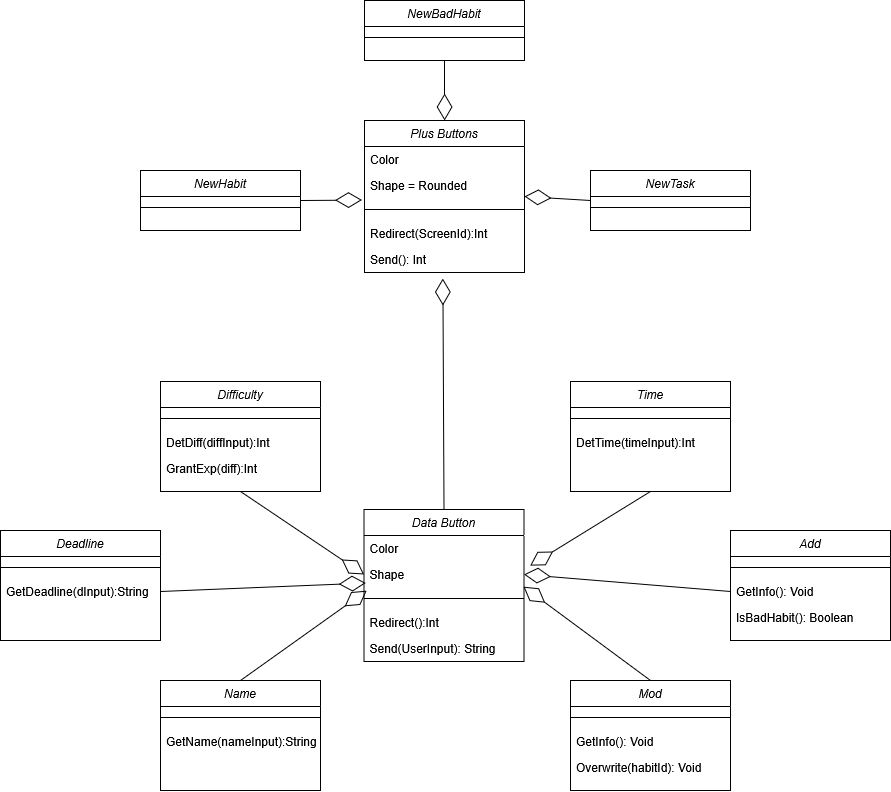
This is Diagrams/Class_Buttons.drawio.png from Fabiancipher/Habitra, a draw.io export, as it was before one commit. Source tidied: cells renumbered, new cells last; positions are measured from the earlier drawing's top-left corner, leaving out a move shared by most shapes. Source of this version:
```xml
<mxGraphModel>
  <root>
    <mxCell id="0" />
    <mxCell id="1" parent="0" />
    <mxCell id="2" value="Plus Buttons" style="swimlane;fontStyle=2;align=center;verticalAlign=top;horizontal=1;startSize=26;rounded=0;shadow=0;strokeWidth=1;" parent="1" vertex="1">
      <mxGeometry x="364" y="120" width="160" height="152" as="geometry" />
    </mxCell>
    <mxCell id="3" value="Color" style="text;align=left;verticalAlign=top;spacingLeft=4;spacingRight=4;overflow=hidden;" parent="2" vertex="1">
      <mxGeometry y="26" width="160" height="26" as="geometry" />
    </mxCell>
    <mxCell id="4" value="Shape = Rounded" style="text;align=left;verticalAlign=top;spacingLeft=4;spacingRight=4;overflow=hidden;points=[[0,0.5],[1,0.5]];portConstraint=eastwest;" parent="2" vertex="1">
      <mxGeometry y="52" width="160" height="26" as="geometry" />
    </mxCell>
    <mxCell id="5" style="line;html=1;strokeWidth=1;align=left;verticalAlign=middle;spacingTop=-1;spacingLeft=3;spacingRight=3;labelPosition=right;" parent="2" vertex="1">
      <mxGeometry y="78" width="160" height="22" as="geometry" />
    </mxCell>
    <mxCell id="6" value="Redirect(ScreenId):Int" style="text;align=left;verticalAlign=top;spacingLeft=4;spacingRight=4;overflow=hidden;" parent="2" vertex="1">
      <mxGeometry y="100" width="160" height="26" as="geometry" />
    </mxCell>
    <mxCell id="7" value="Send(): Int" style="text;align=left;verticalAlign=top;spacingLeft=4;spacingRight=4;overflow=hidden;points=[[0,0.5],[1,0.5]];portConstraint=eastwest;" parent="2" vertex="1">
      <mxGeometry y="126" width="160" height="26" as="geometry" />
    </mxCell>
    <mxCell id="8" value="Time" style="swimlane;fontStyle=2;align=center;verticalAlign=top;horizontal=1;startSize=26;rounded=0;shadow=0;strokeWidth=1;" parent="1" vertex="1">
      <mxGeometry x="570" y="381" width="160" height="110" as="geometry" />
    </mxCell>
    <mxCell id="9" style="line;html=1;strokeWidth=1;align=left;verticalAlign=middle;spacingTop=-1;spacingLeft=3;spacingRight=3;labelPosition=right;" parent="8" vertex="1">
      <mxGeometry y="26" width="160" height="22" as="geometry" />
    </mxCell>
    <mxCell id="10" value="DetTime(timeInput):Int" style="text;align=left;verticalAlign=top;spacingLeft=4;spacingRight=4;overflow=hidden;" parent="8" vertex="1">
      <mxGeometry y="48" width="160" height="26" as="geometry" />
    </mxCell>
    <mxCell id="11" value="Difficulty" style="swimlane;fontStyle=2;align=center;verticalAlign=top;horizontal=1;startSize=26;rounded=0;shadow=0;strokeWidth=1;" parent="1" vertex="1">
      <mxGeometry x="160" y="381" width="160" height="110" as="geometry" />
    </mxCell>
    <mxCell id="12" style="line;html=1;strokeWidth=1;align=left;verticalAlign=middle;spacingTop=-1;spacingLeft=3;spacingRight=3;labelPosition=right;" parent="11" vertex="1">
      <mxGeometry y="26" width="160" height="22" as="geometry" />
    </mxCell>
    <mxCell id="13" value="DetDiff(diffInput):Int" style="text;align=left;verticalAlign=top;spacingLeft=4;spacingRight=4;overflow=hidden;" parent="11" vertex="1">
      <mxGeometry y="48" width="160" height="26" as="geometry" />
    </mxCell>
    <mxCell id="14" value="GrantExp(diff):Int" style="text;align=left;verticalAlign=top;spacingLeft=4;spacingRight=4;overflow=hidden;" parent="11" vertex="1">
      <mxGeometry y="74" width="160" height="26" as="geometry" />
    </mxCell>
    <mxCell id="15" value="Add" style="swimlane;fontStyle=2;align=center;verticalAlign=top;horizontal=1;startSize=26;rounded=0;shadow=0;strokeWidth=1;" parent="1" vertex="1">
      <mxGeometry x="730" y="530" width="160" height="110" as="geometry" />
    </mxCell>
    <mxCell id="16" style="line;html=1;strokeWidth=1;align=left;verticalAlign=middle;spacingTop=-1;spacingLeft=3;spacingRight=3;labelPosition=right;" parent="15" vertex="1">
      <mxGeometry y="26" width="160" height="22" as="geometry" />
    </mxCell>
    <mxCell id="17" value="GetInfo(): Void" style="text;align=left;verticalAlign=top;spacingLeft=4;spacingRight=4;overflow=hidden;points=[[0,0.5],[1,0.5]];portConstraint=eastwest;" parent="15" vertex="1">
      <mxGeometry y="48" width="160" height="26" as="geometry" />
    </mxCell>
    <mxCell id="18" value="IsBadHabit(): Boolean" style="text;align=left;verticalAlign=top;spacingLeft=4;spacingRight=4;overflow=hidden;" parent="15" vertex="1">
      <mxGeometry y="74" width="160" height="26" as="geometry" />
    </mxCell>
    <mxCell id="19" value="Name" style="swimlane;fontStyle=2;align=center;verticalAlign=top;horizontal=1;startSize=26;rounded=0;shadow=0;strokeWidth=1;" parent="1" vertex="1">
      <mxGeometry x="160" y="680" width="160" height="110" as="geometry" />
    </mxCell>
    <mxCell id="20" style="line;html=1;strokeWidth=1;align=left;verticalAlign=middle;spacingTop=-1;spacingLeft=3;spacingRight=3;labelPosition=right;" parent="19" vertex="1">
      <mxGeometry y="26" width="160" height="22" as="geometry" />
    </mxCell>
    <mxCell id="21" value="GetName(nameInput):String" style="text;align=left;verticalAlign=top;spacingLeft=4;spacingRight=4;overflow=hidden;" parent="19" vertex="1">
      <mxGeometry y="48" width="160" height="26" as="geometry" />
    </mxCell>
    <mxCell id="22" value="Deadline" style="swimlane;fontStyle=2;align=center;verticalAlign=top;horizontal=1;startSize=26;rounded=0;shadow=0;strokeWidth=1;" parent="1" vertex="1">
      <mxGeometry y="530" width="160" height="110" as="geometry" />
    </mxCell>
    <mxCell id="23" style="line;html=1;strokeWidth=1;align=left;verticalAlign=middle;spacingTop=-1;spacingLeft=3;spacingRight=3;labelPosition=right;" parent="22" vertex="1">
      <mxGeometry y="26" width="160" height="22" as="geometry" />
    </mxCell>
    <mxCell id="24" value="GetDeadline(dInput):String" style="text;align=left;verticalAlign=top;spacingLeft=4;spacingRight=4;overflow=hidden;points=[[0,0.5],[1,0.5]];portConstraint=eastwest;" parent="22" vertex="1">
      <mxGeometry y="48" width="160" height="26" as="geometry" />
    </mxCell>
    <mxCell id="25" value="Data Button" style="swimlane;fontStyle=2;align=center;verticalAlign=top;horizontal=1;startSize=26;rounded=0;shadow=0;strokeWidth=1;" parent="1" vertex="1">
      <mxGeometry x="363.5" y="509" width="160" height="152" as="geometry" />
    </mxCell>
    <mxCell id="26" value="Color" style="text;align=left;verticalAlign=top;spacingLeft=4;spacingRight=4;overflow=hidden;" parent="25" vertex="1">
      <mxGeometry y="26" width="160" height="26" as="geometry" />
    </mxCell>
    <mxCell id="27" value="Shape" style="text;align=left;verticalAlign=top;spacingLeft=4;spacingRight=4;overflow=hidden;points=[[0,0.5],[1,0.5]];portConstraint=eastwest;" parent="25" vertex="1">
      <mxGeometry y="52" width="160" height="26" as="geometry" />
    </mxCell>
    <mxCell id="28" style="line;html=1;strokeWidth=1;align=left;verticalAlign=middle;spacingTop=-1;spacingLeft=3;spacingRight=3;labelPosition=right;" parent="25" vertex="1">
      <mxGeometry y="78" width="160" height="22" as="geometry" />
    </mxCell>
    <mxCell id="29" value="Redirect():Int" style="text;align=left;verticalAlign=top;spacingLeft=4;spacingRight=4;overflow=hidden;" parent="25" vertex="1">
      <mxGeometry y="100" width="160" height="26" as="geometry" />
    </mxCell>
    <mxCell id="30" value="Send(UserInput): String" style="text;align=left;verticalAlign=top;spacingLeft=4;spacingRight=4;overflow=hidden;" parent="25" vertex="1">
      <mxGeometry y="126" width="160" height="26" as="geometry" />
    </mxCell>
    <mxCell id="31" value="Mod" style="swimlane;fontStyle=2;align=center;verticalAlign=top;horizontal=1;startSize=26;rounded=0;shadow=0;strokeWidth=1;" parent="1" vertex="1">
      <mxGeometry x="570" y="680" width="160" height="110" as="geometry" />
    </mxCell>
    <mxCell id="32" style="line;html=1;strokeWidth=1;align=left;verticalAlign=middle;spacingTop=-1;spacingLeft=3;spacingRight=3;labelPosition=right;" parent="31" vertex="1">
      <mxGeometry y="26" width="160" height="22" as="geometry" />
    </mxCell>
    <mxCell id="33" value="GetInfo(): Void" style="text;align=left;verticalAlign=top;spacingLeft=4;spacingRight=4;overflow=hidden;" parent="31" vertex="1">
      <mxGeometry y="48" width="160" height="26" as="geometry" />
    </mxCell>
    <mxCell id="34" value="Overwrite(habitId): Void" style="text;align=left;verticalAlign=top;spacingLeft=4;spacingRight=4;overflow=hidden;" parent="31" vertex="1">
      <mxGeometry y="74" width="160" height="26" as="geometry" />
    </mxCell>
    <mxCell id="35" style="endArrow=diamondThin;endFill=0;endSize=24;html=1;rounded=0;exitX=1;exitY=0.5;exitDx=0;exitDy=0;entryX=0.01;entryY=0.83;entryDx=0;entryDy=0;entryPerimeter=0;" parent="1" edge="1" source="24" target="27">
      <mxGeometry relative="1" as="geometry" />
    </mxCell>
    <mxCell id="36" style="endArrow=diamondThin;endFill=0;endSize=24;html=1;rounded=0;exitX=0.5;exitY=1;exitDx=0;exitDy=0;entryX=0;entryY=0.5;entryDx=0;entryDy=0;" parent="1" edge="1" source="11" target="27">
      <mxGeometry relative="1" as="geometry" />
    </mxCell>
    <mxCell id="37" style="endArrow=diamondThin;endFill=0;endSize=24;html=1;rounded=0;exitX=0.5;exitY=0;exitDx=0;exitDy=0;entryX=0.016;entryY=1.121;entryDx=0;entryDy=0;entryPerimeter=0;" parent="1" edge="1" source="19" target="27">
      <mxGeometry relative="1" as="geometry" />
    </mxCell>
    <mxCell id="38" style="endArrow=diamondThin;endFill=0;endSize=24;html=1;rounded=0;exitX=0.5;exitY=1;exitDx=0;exitDy=0;entryX=1.039;entryY=0.158;entryDx=0;entryDy=0;entryPerimeter=0;" parent="1" edge="1" source="8" target="27">
      <mxGeometry relative="1" as="geometry" />
    </mxCell>
    <mxCell id="39" style="endArrow=diamondThin;endFill=0;endSize=24;html=1;rounded=0;exitX=0;exitY=0.5;exitDx=0;exitDy=0;entryX=1;entryY=0.5;entryDx=0;entryDy=0;" parent="1" edge="1" source="17" target="27">
      <mxGeometry relative="1" as="geometry" />
    </mxCell>
    <mxCell id="40" style="endArrow=diamondThin;endFill=0;endSize=24;html=1;rounded=0;exitX=0.5;exitY=0;exitDx=0;exitDy=0;entryX=0.997;entryY=0.968;entryDx=0;entryDy=0;entryPerimeter=0;" parent="1" edge="1" source="31" target="27">
      <mxGeometry relative="1" as="geometry" />
    </mxCell>
    <mxCell id="41" value="NewTask" style="swimlane;fontStyle=2;align=center;verticalAlign=top;horizontal=1;startSize=26;rounded=0;shadow=0;strokeWidth=1;" parent="1" vertex="1">
      <mxGeometry x="590" y="170" width="160" height="60" as="geometry" />
    </mxCell>
    <mxCell id="42" style="line;html=1;strokeWidth=1;align=left;verticalAlign=middle;spacingTop=-1;spacingLeft=3;spacingRight=3;labelPosition=right;" parent="41" vertex="1">
      <mxGeometry y="26" width="160" height="22" as="geometry" />
    </mxCell>
    <mxCell id="43" value="NewHabit" style="swimlane;fontStyle=2;align=center;verticalAlign=top;horizontal=1;startSize=26;rounded=0;shadow=0;strokeWidth=1;" parent="1" vertex="1">
      <mxGeometry x="140" y="170" width="160" height="60" as="geometry" />
    </mxCell>
    <mxCell id="44" style="line;html=1;strokeWidth=1;align=left;verticalAlign=middle;spacingTop=-1;spacingLeft=3;spacingRight=3;labelPosition=right;" parent="43" vertex="1">
      <mxGeometry y="26" width="160" height="22" as="geometry" />
    </mxCell>
    <mxCell id="45" value="NewBadHabit" style="swimlane;fontStyle=2;align=center;verticalAlign=top;horizontal=1;startSize=26;rounded=0;shadow=0;strokeWidth=1;" parent="1" vertex="1">
      <mxGeometry x="364" width="160" height="60" as="geometry" />
    </mxCell>
    <mxCell id="46" style="line;html=1;strokeWidth=1;align=left;verticalAlign=middle;spacingTop=-1;spacingLeft=3;spacingRight=3;labelPosition=right;" parent="45" vertex="1">
      <mxGeometry y="26" width="160" height="22" as="geometry" />
    </mxCell>
    <mxCell id="47" style="endArrow=diamondThin;endFill=0;endSize=24;html=1;rounded=0;exitX=0.5;exitY=0;exitDx=0;exitDy=0;entryX=0.49;entryY=1.229;entryDx=0;entryDy=0;entryPerimeter=0;" parent="1" edge="1" source="25" target="7">
      <mxGeometry relative="1" as="geometry" />
    </mxCell>
    <mxCell id="48" style="endArrow=diamondThin;endFill=0;endSize=24;html=1;rounded=0;exitX=1;exitY=0.5;exitDx=0;exitDy=0;entryX=-0.015;entryY=1.062;entryDx=0;entryDy=0;entryPerimeter=0;" parent="1" edge="1" source="43" target="4">
      <mxGeometry relative="1" as="geometry" />
    </mxCell>
    <mxCell id="49" style="endArrow=diamondThin;endFill=0;endSize=24;html=1;rounded=0;exitX=0.5;exitY=1;exitDx=0;exitDy=0;entryX=0.5;entryY=0;entryDx=0;entryDy=0;" parent="1" edge="1" source="45" target="2">
      <mxGeometry relative="1" as="geometry" />
    </mxCell>
    <mxCell id="50" style="endArrow=diamondThin;endFill=0;endSize=24;html=1;rounded=0;exitX=0;exitY=0.5;exitDx=0;exitDy=0;entryX=1;entryY=0.5;entryDx=0;entryDy=0;" parent="1" edge="1" source="41" target="2">
      <mxGeometry relative="1" as="geometry" />
    </mxCell>
  </root>
</mxGraphModel>
```
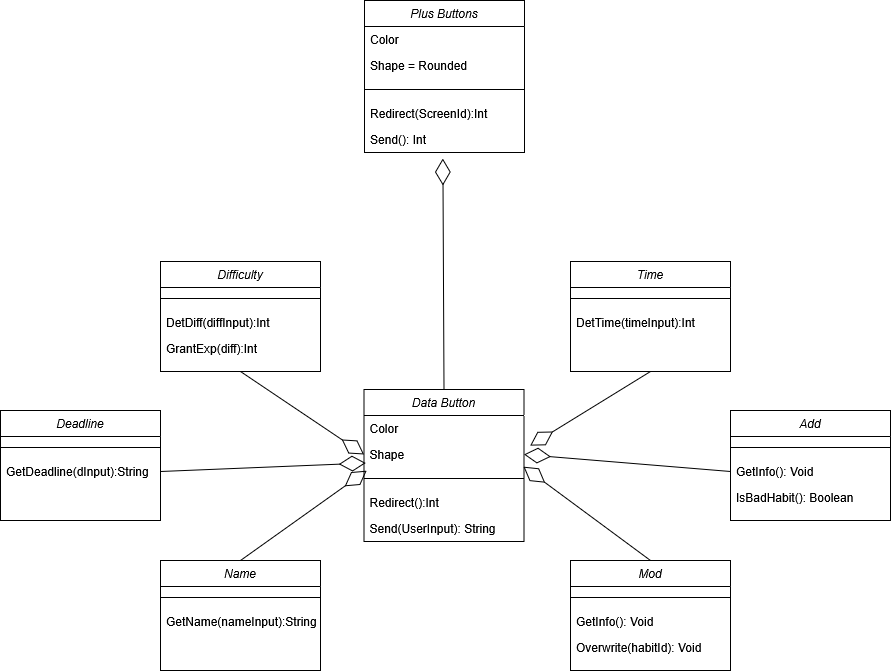
After the change.

The edit, as a diff of the source:
```diff
@@ -119,35 +119,8 @@
     <mxCell id="40" style="endArrow=diamondThin;endFill=0;endSize=24;html=1;rounded=0;exitX=0.5;exitY=0;exitDx=0;exitDy=0;entryX=0.997;entryY=0.968;entryDx=0;entryDy=0;entryPerimeter=0;" parent="1" edge="1" source="31" target="27">
       <mxGeometry relative="1" as="geometry" />
     </mxCell>
-    <mxCell id="41" value="NewTask" style="swimlane;fontStyle=2;align=center;verticalAlign=top;horizontal=1;startSize=26;rounded=0;shadow=0;strokeWidth=1;" parent="1" vertex="1">
-      <mxGeometry x="590" y="170" width="160" height="60" as="geometry" />
-    </mxCell>
-    <mxCell id="42" style="line;html=1;strokeWidth=1;align=left;verticalAlign=middle;spacingTop=-1;spacingLeft=3;spacingRight=3;labelPosition=right;" parent="41" vertex="1">
-      <mxGeometry y="26" width="160" height="22" as="geometry" />
-    </mxCell>
-    <mxCell id="43" value="NewHabit" style="swimlane;fontStyle=2;align=center;verticalAlign=top;horizontal=1;startSize=26;rounded=0;shadow=0;strokeWidth=1;" parent="1" vertex="1">
-      <mxGeometry x="140" y="170" width="160" height="60" as="geometry" />
-    </mxCell>
-    <mxCell id="44" style="line;html=1;strokeWidth=1;align=left;verticalAlign=middle;spacingTop=-1;spacingLeft=3;spacingRight=3;labelPosition=right;" parent="43" vertex="1">
-      <mxGeometry y="26" width="160" height="22" as="geometry" />
-    </mxCell>
-    <mxCell id="45" value="NewBadHabit" style="swimlane;fontStyle=2;align=center;verticalAlign=top;horizontal=1;startSize=26;rounded=0;shadow=0;strokeWidth=1;" parent="1" vertex="1">
-      <mxGeometry x="364" width="160" height="60" as="geometry" />
-    </mxCell>
-    <mxCell id="46" style="line;html=1;strokeWidth=1;align=left;verticalAlign=middle;spacingTop=-1;spacingLeft=3;spacingRight=3;labelPosition=right;" parent="45" vertex="1">
-      <mxGeometry y="26" width="160" height="22" as="geometry" />
-    </mxCell>
     <mxCell id="47" style="endArrow=diamondThin;endFill=0;endSize=24;html=1;rounded=0;exitX=0.5;exitY=0;exitDx=0;exitDy=0;entryX=0.49;entryY=1.229;entryDx=0;entryDy=0;entryPerimeter=0;" parent="1" edge="1" source="25" target="7">
       <mxGeometry relative="1" as="geometry" />
     </mxCell>
-    <mxCell id="48" style="endArrow=diamondThin;endFill=0;endSize=24;html=1;rounded=0;exitX=1;exitY=0.5;exitDx=0;exitDy=0;entryX=-0.015;entryY=1.062;entryDx=0;entryDy=0;entryPerimeter=0;" parent="1" edge="1" source="43" target="4">
-      <mxGeometry relative="1" as="geometry" />
-    </mxCell>
-    <mxCell id="49" style="endArrow=diamondThin;endFill=0;endSize=24;html=1;rounded=0;exitX=0.5;exitY=1;exitDx=0;exitDy=0;entryX=0.5;entryY=0;entryDx=0;entryDy=0;" parent="1" edge="1" source="45" target="2">
-      <mxGeometry relative="1" as="geometry" />
-    </mxCell>
-    <mxCell id="50" style="endArrow=diamondThin;endFill=0;endSize=24;html=1;rounded=0;exitX=0;exitY=0.5;exitDx=0;exitDy=0;entryX=1;entryY=0.5;entryDx=0;entryDy=0;" parent="1" edge="1" source="41" target="2">
-      <mxGeometry relative="1" as="geometry" />
-    </mxCell>
   </root>
 </mxGraphModel>
```
